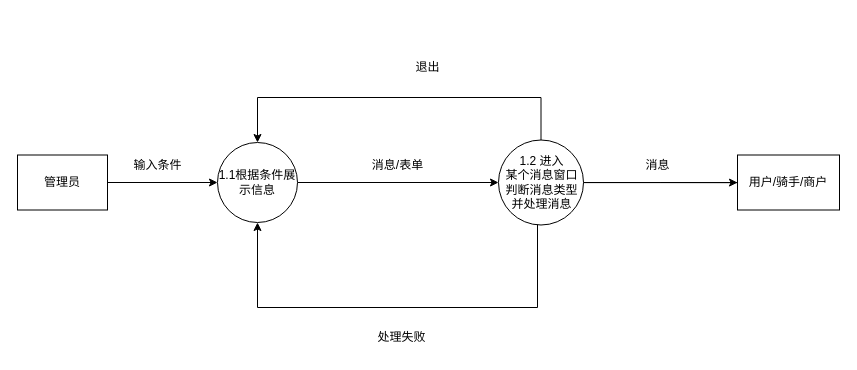
Earlier version of the draw.io diagram page "1. 管理员子系统" (4 of 14) of Untitled Diagram.drawio (czely/czely.github.io). Source tidied: cells renumbered, new cells numbered last; positions are measured from the earlier drawing's top-left corner, leaving out a move shared by most shapes. Both pictures are drawn from the tidied source at 100%, with x=0, y=0 at pixel (17, 57).
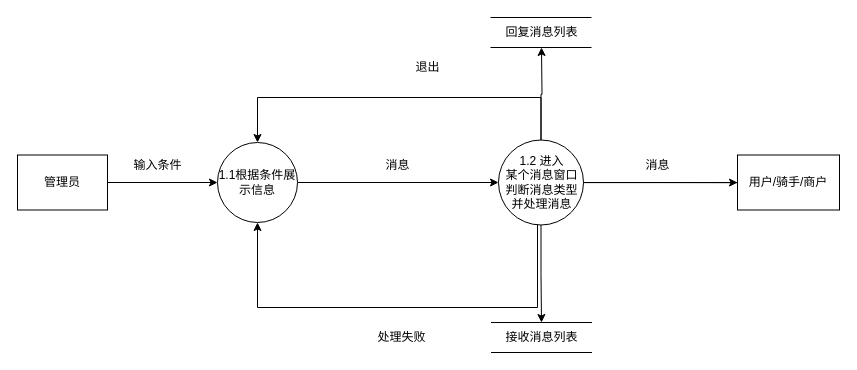
The same diagram, later.

The change refers to these unchanged cells:
```xml
<mxCell id="13" value="1.2 进入&lt;br&gt;某个消息窗口&lt;br&gt;判断消息类型&lt;br&gt;并处理消息" style="shape=ellipse;html=1;dashed=0;whitespace=wrap;perimeter=ellipsePerimeter;" parent="1" vertex="1">
  <mxGeometry x="481" y="82.5" width="85" height="85" as="geometry" />
</mxCell>
```

Diff of the diagram source:
```diff
@@
+    <mxCell id="16" style="edgeStyle=orthogonalEdgeStyle;rounded=0;jettySize=auto;html=1;exitX=0.5;exitY=1;exitDx=0;exitDy=0;" parent="1" edge="1" source="13" target="18">
+      <mxGeometry relative="1" as="geometry" />
+    </mxCell>
+    <mxCell id="17" style="edgeStyle=orthogonalEdgeStyle;rounded=0;jettySize=auto;html=1;exitX=0.5;exitY=0;exitDx=0;exitDy=0;" parent="1" edge="1" source="13">
+      <mxGeometry relative="1" as="geometry">
+        <mxPoint x="524" y="-10" as="targetPoint" />
+      </mxGeometry>
+    </mxCell>
@@
-    <mxCell id="14" value="消息/表单" style="text;html=1;align=center;verticalAlign=middle;" parent="1" vertex="1">
-      <mxGeometry x="345" y="97.5" width="70" height="20" as="geometry" />
+    <mxCell id="14" value="消息" style="text;html=1;align=center;verticalAlign=middle;" parent="1" vertex="1">
+      <mxGeometry x="360" y="97.5" width="40" height="20" as="geometry" />
     </mxCell>
@@
+    <mxCell id="18" value="接收消息列表" style="html=1;dashed=0;whitespace=wrap;shape=partialRectangle;right=0;left=0;" parent="1" vertex="1">
+      <mxGeometry x="474" y="265" width="100" height="30" as="geometry" />
+    </mxCell>
+    <mxCell id="19" value="回复消息列表" style="html=1;dashed=0;whitespace=wrap;shape=partialRectangle;right=0;left=0;" parent="1" vertex="1">
+      <mxGeometry x="473.5" y="-40" width="100" height="30" as="geometry" />
+    </mxCell>
```
